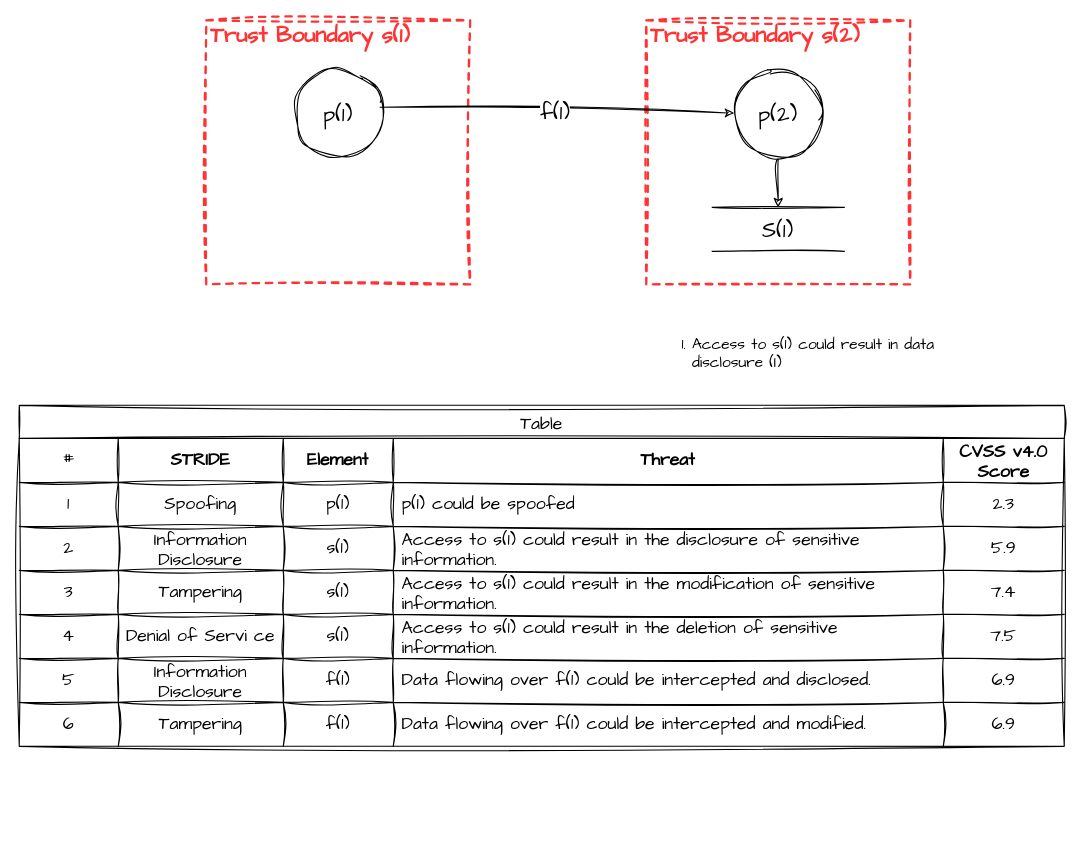
Jim-Sweeting/Drawio keeps this draw.io diagram as threat-model-76709aca-15c3-4c09-a234-aa7a41e012bc.drawio. Above is the earlier version. Source tidied: cells renumbered, new cells numbered last; positions are measured from the earlier drawing's top-left corner, leaving out a move shared by most shapes. Both pictures are drawn from the tidied source at 110%, with x=0, y=0 at pixel (19, 20).
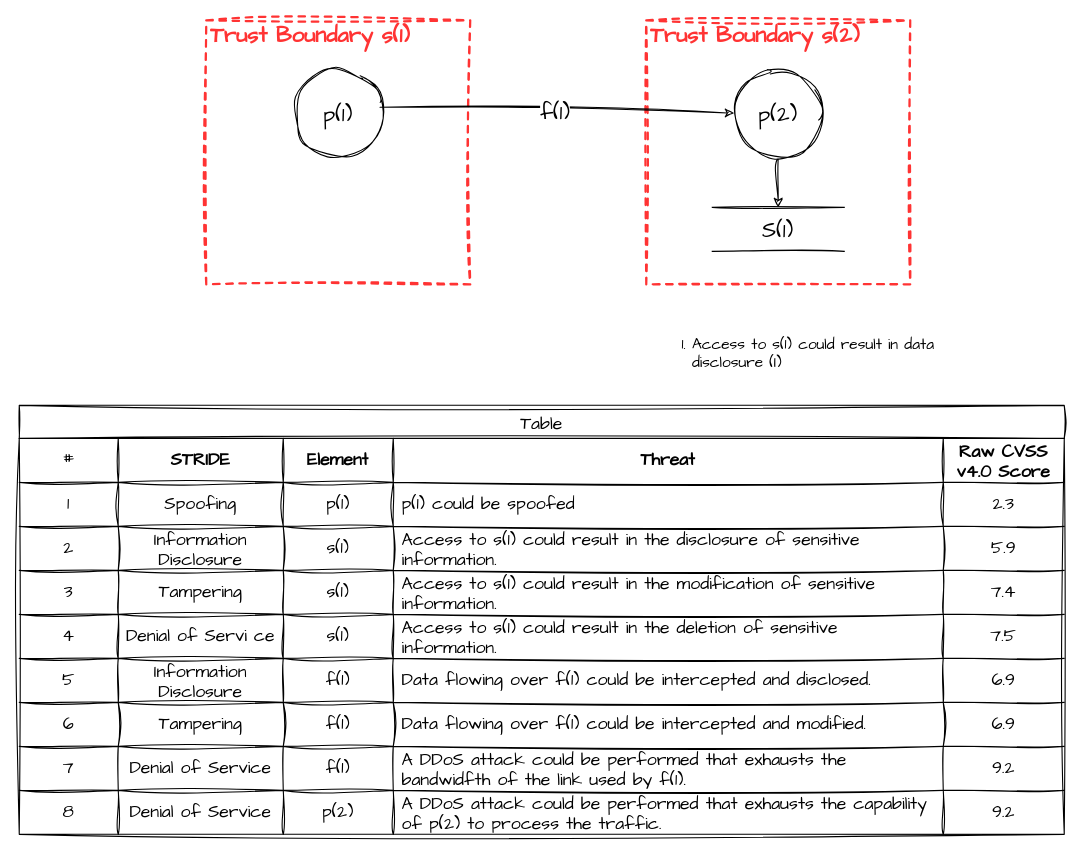
Above is the later version.

The change refers to these unchanged cells:
```xml
<mxCell id="12" style="shape=tableRow;horizontal=0;startSize=0;swimlaneHead=0;swimlaneBody=0;strokeColor=inherit;top=0;left=0;bottom=0;right=0;fillColor=none;fontSize=16;sketch=1;hachureGap=4;jiggle=2;curveFitting=1;fontFamily=Architects Daughter;" parent="11" vertex="1">
  <mxGeometry y="30" width="950" height="40" as="geometry" />
</mxCell>
```

The edit, as a diff of the source:
```diff
@@
     <mxCell id="11" value="Table" style="shape=table;startSize=30;childLayout=tableLayout;strokeColor=default;fontSize=16;sketch=1;hachureGap=4;jiggle=2;curveFitting=1;fontFamily=Architects Daughter;" parent="1" vertex="1">
-      <mxGeometry y="350" width="950" height="310" as="geometry" />
+      <mxGeometry y="350" width="950" height="390" as="geometry" />
     </mxCell>
@@
-    <mxCell id="17" value="CVSS v4.0 Score" style="shape=partialRectangle;html=1;whiteSpace=wrap;strokeColor=inherit;overflow=hidden;fillColor=none;top=0;left=0;bottom=0;right=0;fontSize=16;sketch=1;hachureGap=4;jiggle=2;curveFitting=1;fontFamily=Architects Daughter;align=center;spacingLeft=6;spacingRight=6;fontStyle=1;" parent="12" vertex="1">
+    <mxCell id="17" value="Raw CVSS v4.0 Score" style="shape=partialRectangle;html=1;whiteSpace=wrap;strokeColor=inherit;overflow=hidden;fillColor=none;top=0;left=0;bottom=0;right=0;fontSize=16;sketch=1;hachureGap=4;jiggle=2;curveFitting=1;fontFamily=Architects Daughter;align=center;spacingLeft=6;spacingRight=6;fontStyle=1;" parent="12" vertex="1">
       <mxGeometry x="840" width="110" height="40" as="geometry" />
     </mxCell>
@@
+    <mxCell id="54" style="shape=tableRow;horizontal=0;startSize=0;swimlaneHead=0;swimlaneBody=0;strokeColor=inherit;top=0;left=0;bottom=0;right=0;fillColor=none;fontSize=16;sketch=1;hachureGap=4;jiggle=2;curveFitting=1;fontFamily=Architects Daughter;" parent="11" vertex="1">
+      <mxGeometry y="310" width="950" height="40" as="geometry" />
+    </mxCell>
+    <mxCell id="55" value="7" style="shape=partialRectangle;whiteSpace=wrap;strokeColor=inherit;overflow=hidden;fillColor=none;top=0;left=0;bottom=0;right=0;fontSize=16;sketch=1;hachureGap=4;jiggle=2;curveFitting=1;fontFamily=Architects Daughter;" parent="54" vertex="1">
+      <mxGeometry width="90" height="40" as="geometry" />
+    </mxCell>
+    <mxCell id="56" value="Denial of Service" style="shape=partialRectangle;html=1;whiteSpace=wrap;strokeColor=inherit;overflow=hidden;fillColor=none;top=0;left=0;bottom=0;right=0;fontSize=16;sketch=1;hachureGap=4;jiggle=2;curveFitting=1;fontFamily=Architects Daughter;" parent="54" vertex="1">
+      <mxGeometry x="90" width="150" height="40" as="geometry" />
+    </mxCell>
+    <mxCell id="57" value="f(1)" style="shape=partialRectangle;html=1;whiteSpace=wrap;strokeColor=inherit;overflow=hidden;fillColor=none;top=0;left=0;bottom=0;right=0;fontSize=16;sketch=1;hachureGap=4;jiggle=2;curveFitting=1;fontFamily=Architects Daughter;" parent="54" vertex="1">
+      <mxGeometry x="240" width="100" height="40" as="geometry" />
+    </mxCell>
+    <mxCell id="58" value="A DDoS attack could be performed that exhausts the bandwidfth of the link used by f(1)." style="shape=partialRectangle;html=1;whiteSpace=wrap;strokeColor=inherit;overflow=hidden;fillColor=none;top=0;left=0;bottom=0;right=0;fontSize=16;sketch=1;hachureGap=4;jiggle=2;curveFitting=1;fontFamily=Architects Daughter;align=left;spacingLeft=6;spacingRight=6;" parent="54" vertex="1">
+      <mxGeometry x="340" width="500" height="40" as="geometry" />
+    </mxCell>
+    <mxCell id="59" value="9.2" style="shape=partialRectangle;html=1;whiteSpace=wrap;strokeColor=inherit;overflow=hidden;fillColor=none;top=0;left=0;bottom=0;right=0;fontSize=16;sketch=1;hachureGap=4;jiggle=2;curveFitting=1;fontFamily=Architects Daughter;align=center;spacingLeft=6;spacingRight=6;" parent="54" vertex="1">
+      <mxGeometry x="840" width="110" height="40" as="geometry" />
+    </mxCell>
+    <mxCell id="60" style="shape=tableRow;horizontal=0;startSize=0;swimlaneHead=0;swimlaneBody=0;strokeColor=inherit;top=0;left=0;bottom=0;right=0;fillColor=none;fontSize=16;sketch=1;hachureGap=4;jiggle=2;curveFitting=1;fontFamily=Architects Daughter;" parent="11" vertex="1">
+      <mxGeometry y="350" width="950" height="40" as="geometry" />
+    </mxCell>
+    <mxCell id="61" value="8" style="shape=partialRectangle;whiteSpace=wrap;strokeColor=inherit;overflow=hidden;fillColor=none;top=0;left=0;bottom=0;right=0;fontSize=16;sketch=1;hachureGap=4;jiggle=2;curveFitting=1;fontFamily=Architects Daughter;" parent="60" vertex="1">
+      <mxGeometry width="90" height="40" as="geometry" />
+    </mxCell>
+    <mxCell id="62" value="Denial of Service" style="shape=partialRectangle;html=1;whiteSpace=wrap;strokeColor=inherit;overflow=hidden;fillColor=none;top=0;left=0;bottom=0;right=0;fontSize=16;sketch=1;hachureGap=4;jiggle=2;curveFitting=1;fontFamily=Architects Daughter;" parent="60" vertex="1">
+      <mxGeometry x="90" width="150" height="40" as="geometry" />
+    </mxCell>
+    <mxCell id="63" value="p(2)" style="shape=partialRectangle;html=1;whiteSpace=wrap;strokeColor=inherit;overflow=hidden;fillColor=none;top=0;left=0;bottom=0;right=0;fontSize=16;sketch=1;hachureGap=4;jiggle=2;curveFitting=1;fontFamily=Architects Daughter;" parent="60" vertex="1">
+      <mxGeometry x="240" width="100" height="40" as="geometry" />
+    </mxCell>
+    <mxCell id="64" value="A DDoS attack could be performed that exhausts the capability of&amp;nbsp;p(2) to process the traffic." style="shape=partialRectangle;html=1;whiteSpace=wrap;strokeColor=inherit;overflow=hidden;fillColor=none;top=0;left=0;bottom=0;right=0;fontSize=16;sketch=1;hachureGap=4;jiggle=2;curveFitting=1;fontFamily=Architects Daughter;align=left;spacingLeft=6;spacingRight=6;" parent="60" vertex="1">
+      <mxGeometry x="340" width="500" height="40" as="geometry" />
+    </mxCell>
+    <mxCell id="65" value="9.2" style="shape=partialRectangle;html=1;whiteSpace=wrap;strokeColor=inherit;overflow=hidden;fillColor=none;top=0;left=0;bottom=0;right=0;fontSize=16;sketch=1;hachureGap=4;jiggle=2;curveFitting=1;fontFamily=Architects Daughter;align=center;spacingLeft=6;spacingRight=6;" parent="60" vertex="1">
+      <mxGeometry x="840" width="110" height="40" as="geometry" />
+    </mxCell>
```
